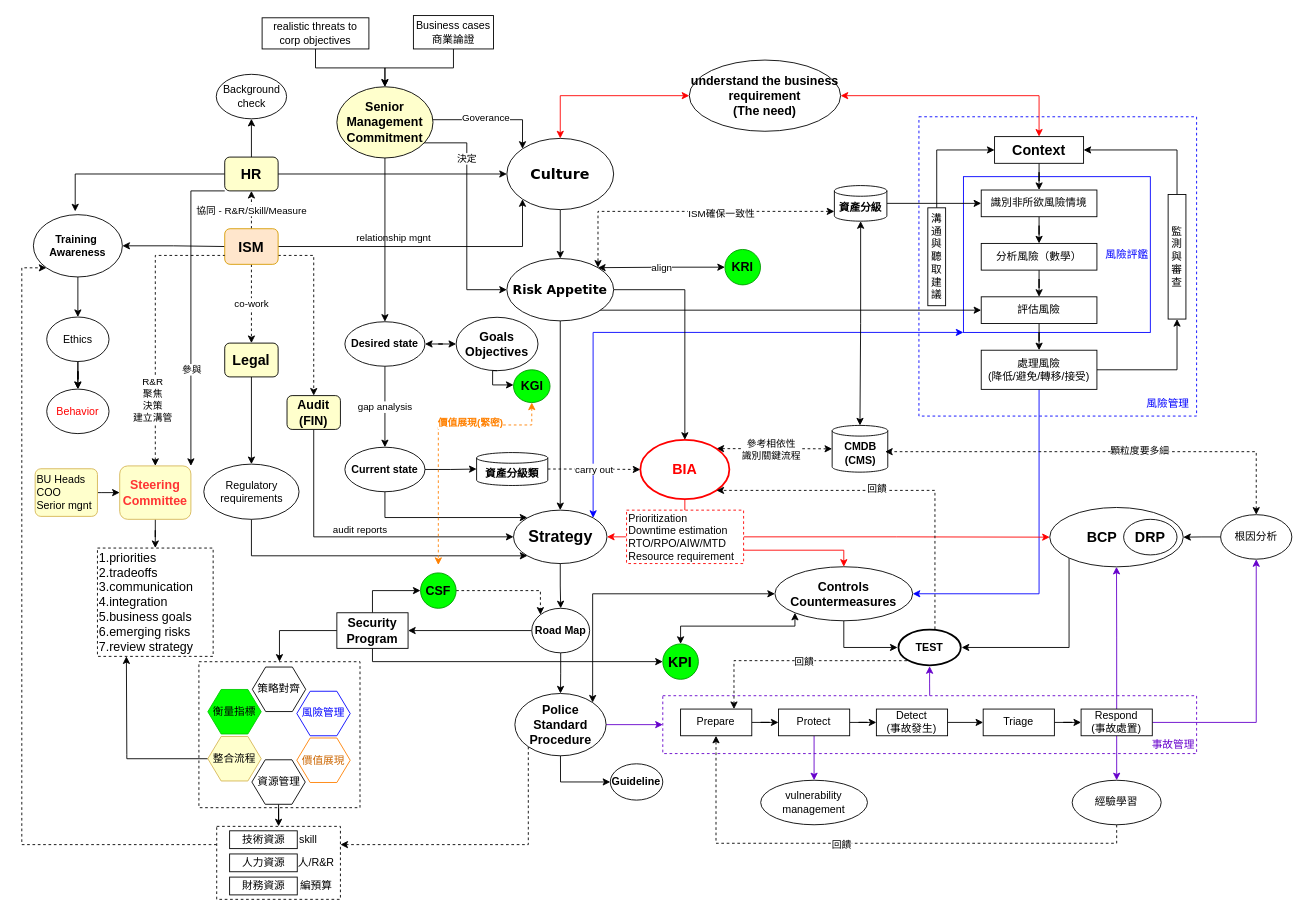
Above: CISM.drawio in digipenguin/machinelearn-ndu (draw.io), before the change. Source tidied: cells renumbered, new cells numbered last; positions are measured from the earlier drawing's top-left corner, leaving out a move shared by most shapes. Both pictures are drawn from the tidied source at 89%, with x=0, y=0 at pixel (21, 15).
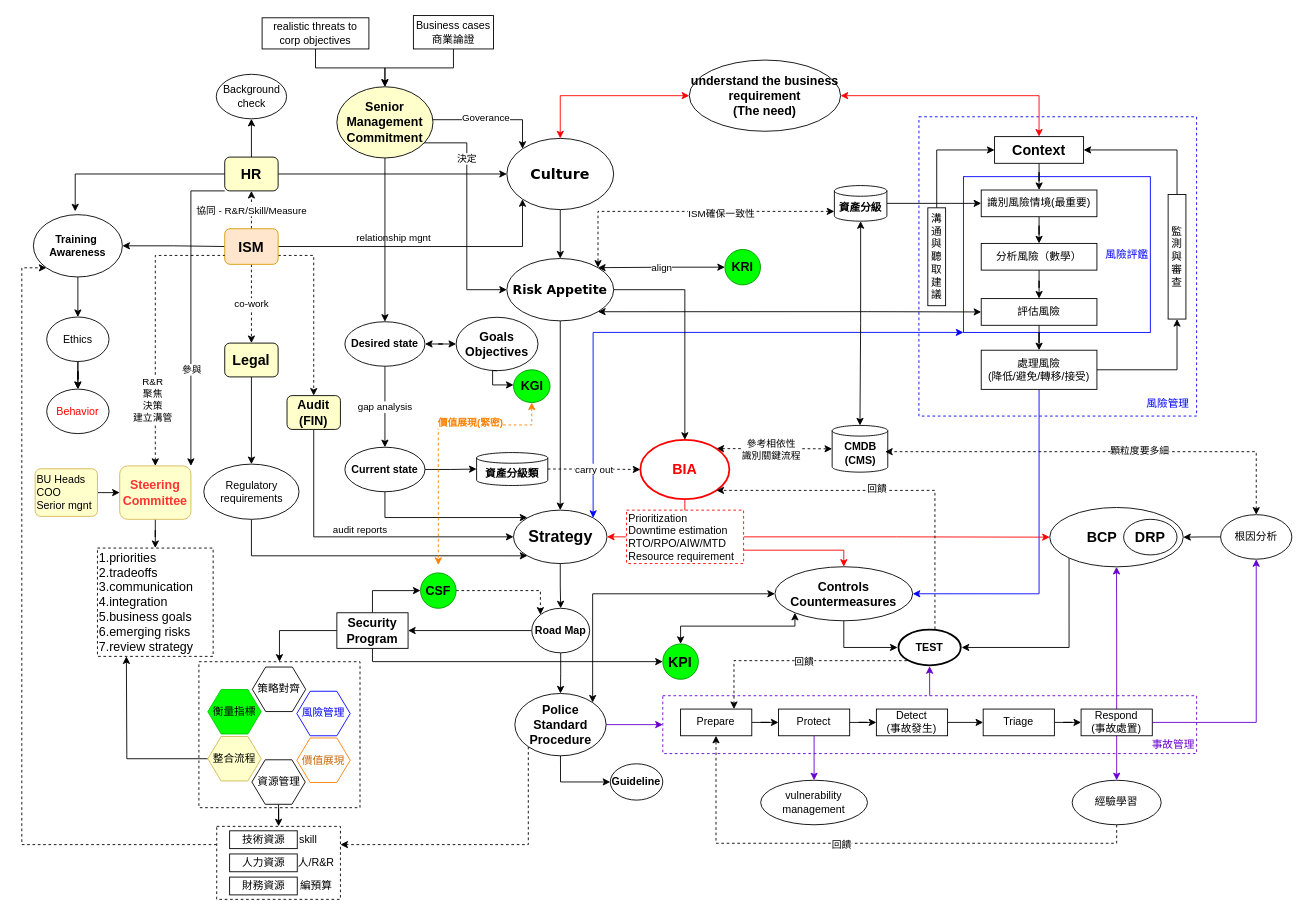
The same diagram, later.

The change refers to these unchanged cells:
```xml
<mxCell id="16" value="&lt;span&gt;&lt;font size=&quot;1&quot;&gt;&lt;b style=&quot;font-size: 14px&quot;&gt;Risk Appetite&lt;/b&gt;&lt;/font&gt;&lt;/span&gt;" style="ellipse;whiteSpace=wrap;html=1;rounded=0;shadow=0;comic=0;labelBackgroundColor=none;strokeWidth=1;fontFamily=Verdana;fontSize=12;align=center;" parent="1" vertex="1">
  <mxGeometry x="545" y="273" width="120" height="70" as="geometry" />
</mxCell>
```

What changed in the source:
```diff
@@
-    <mxCell id="14" style="edgeStyle=orthogonalEdgeStyle;rounded=0;jettySize=auto;html=1;exitX=1;exitY=0;exitDx=0;exitDy=0;entryX=0;entryY=0.5;entryDx=0;entryDy=0;startArrow=none;startFill=0;endArrow=classic;endFill=1;" parent="1" edge="1" source="16" target="46">
+    <mxCell id="14" style="edgeStyle=orthogonalEdgeStyle;rounded=0;jettySize=auto;html=1;exitX=1;exitY=1;exitDx=0;exitDy=0;entryX=0;entryY=0.5;entryDx=0;entryDy=0;startArrow=classic;startFill=1;endArrow=classic;endFill=1;" parent="1" edge="1" source="16" target="46">
       <mxGeometry relative="1" as="geometry">
         <Array as="points">
-          <mxPoint x="647" y="331" />
+          <mxPoint x="950" y="333" />
+          <mxPoint x="950" y="333" />
         </Array>
       </mxGeometry>
     </mxCell>
@@
-    <mxCell id="42" value="識別非所欲風險情境" style="rounded=0;whiteSpace=wrap;html=1;fillColor=#FFFFFF;" parent="1" vertex="1">
+    <mxCell id="42" value="識別風險情境(最重要)" style="rounded=0;whiteSpace=wrap;html=1;fillColor=#FFFFFF;" parent="1" vertex="1">
       <mxGeometry x="1078" y="196" width="130" height="30" as="geometry" />
     </mxCell>
@@
     <mxCell id="46" value="評估風險" style="rounded=0;whiteSpace=wrap;html=1;fillColor=#FFFFFF;" parent="1" vertex="1">
-      <mxGeometry x="1078" y="316" width="130" height="30" as="geometry" />
+      <mxGeometry x="1078" y="318" width="130" height="30" as="geometry" />
     </mxCell>
```
